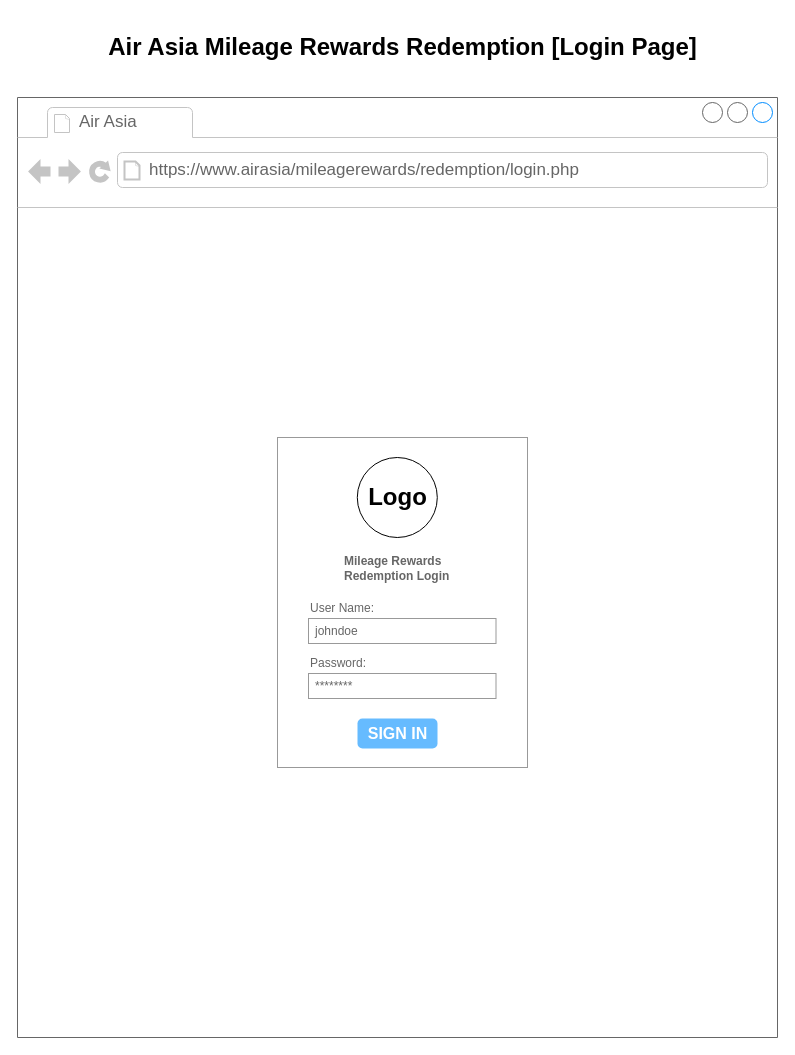
Before: LoginPage.drawio in Stucki-Kyle/IS6465, a draw.io diagram. Source tidied: cells renumbered, new cells numbered last; positions are measured from the earlier drawing's top-left corner, leaving out a move shared by most shapes. Both pictures are drawn from the tidied source at 100%, with x=0, y=0 at pixel (17, 17).
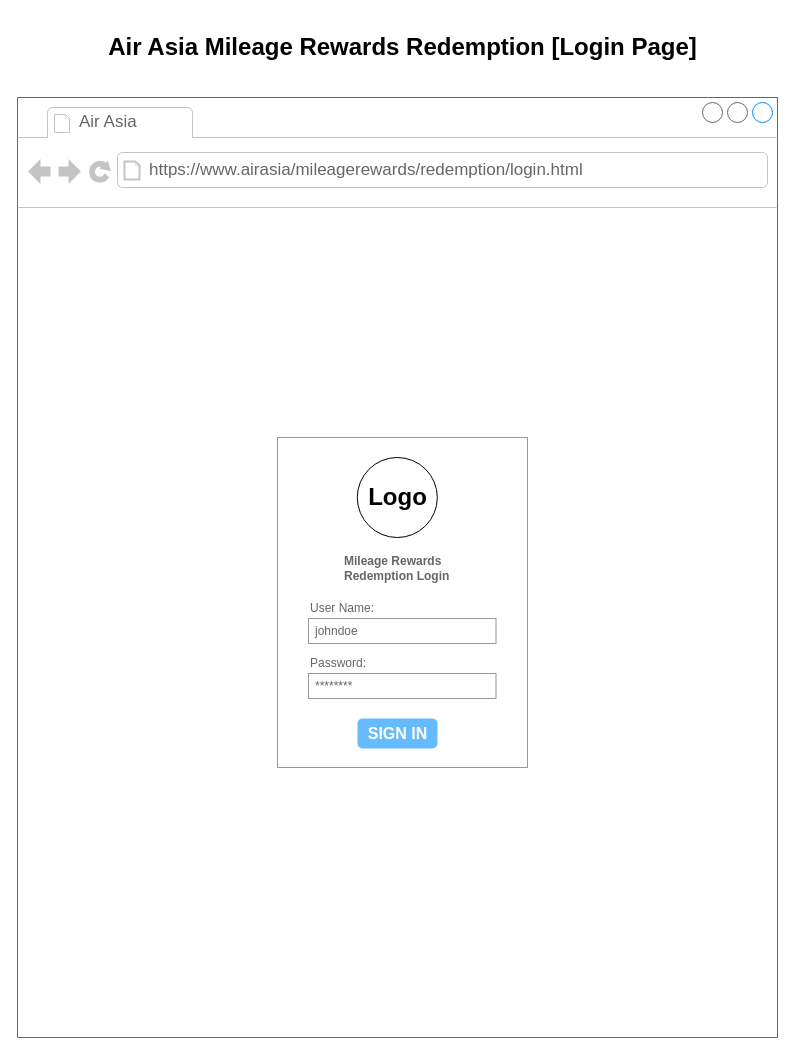
The same page after the edit.

The edit, as a diff of the source:
```diff
@@
 <mxGraphModel>
   <root>
     <mxCell id="0" />
     <mxCell id="1" parent="0" />
     <mxCell id="2" style="strokeWidth=1;shadow=0;dashed=0;align=center;html=1;shape=mxgraph.mockup.containers.browserWindow;rSize=0;strokeColor=#666666;strokeColor2=#008cff;strokeColor3=#c4c4c4;mainText=,;" parent="1" vertex="1">
       <mxGeometry y="80" width="760" height="940" as="geometry" />
     </mxCell>
     <mxCell id="3" value="Air Asia" style="strokeWidth=1;shadow=0;dashed=0;align=center;html=1;shape=mxgraph.mockup.containers.anchor;fontSize=17;fontColor=#666666;align=left;whiteSpace=wrap;" parent="2" vertex="1">
       <mxGeometry x="60" y="12" width="110" height="26" as="geometry" />
     </mxCell>
-    <mxCell id="4" value="https://www.airasia/mileagerewards/redemption/login.php" style="strokeWidth=1;shadow=0;dashed=0;align=center;html=1;shape=mxgraph.mockup.containers.anchor;rSize=0;fontSize=17;fontColor=#666666;align=left;" parent="2" vertex="1">
+    <mxCell id="4" value="https://www.airasia/mileagerewards/redemption/login.html" style="strokeWidth=1;shadow=0;dashed=0;align=center;html=1;shape=mxgraph.mockup.containers.anchor;rSize=0;fontSize=17;fontColor=#666666;align=left;" parent="2" vertex="1">
       <mxGeometry x="130" y="60" width="250" height="26" as="geometry" />
     </mxCell>
     <mxCell id="5" style="strokeWidth=1;shadow=0;dashed=0;align=center;html=1;shape=mxgraph.mockup.forms.rrect;rSize=0;strokeColor=#999999;fillColor=#ffffff;" parent="2" vertex="1">
       <mxGeometry x="260" y="340" width="250" height="330" as="geometry" />
     </mxCell>
     <mxCell id="6" value="&lt;b&gt;Mileage Rewards&lt;/b&gt;&lt;div&gt;&lt;b&gt;Redemption Login&lt;/b&gt;&lt;/div&gt;" style="strokeWidth=1;shadow=0;dashed=0;align=center;html=1;shape=mxgraph.mockup.forms.anchor;fontSize=12;fontColor=#666666;align=left;spacingLeft=0;" parent="5" vertex="1">
       <mxGeometry width="162.5" height="40" relative="1" as="geometry">
         <mxPoint x="65" y="111" as="offset" />
       </mxGeometry>
     </mxCell>
     <mxCell id="7" value="User Name:" style="strokeWidth=1;shadow=0;dashed=0;align=center;html=1;shape=mxgraph.mockup.forms.anchor;fontSize=12;fontColor=#666666;align=left;spacingLeft=0;" parent="5" vertex="1">
       <mxGeometry width="125" height="20" relative="1" as="geometry">
         <mxPoint x="31" y="161" as="offset" />
       </mxGeometry>
     </mxCell>
     <mxCell id="8" value="johndoe" style="strokeWidth=1;shadow=0;dashed=0;align=center;html=1;shape=mxgraph.mockup.forms.rrect;rSize=0;strokeColor=#999999;fontColor=#666666;align=left;spacingLeft=5;" parent="5" vertex="1">
       <mxGeometry width="187.5" height="25" relative="1" as="geometry">
         <mxPoint x="31" y="181" as="offset" />
       </mxGeometry>
     </mxCell>
     <mxCell id="9" value="Password:" style="strokeWidth=1;shadow=0;dashed=0;align=center;html=1;shape=mxgraph.mockup.forms.anchor;fontSize=12;fontColor=#666666;align=left;spacingLeft=0;" parent="5" vertex="1">
       <mxGeometry width="125" height="20" relative="1" as="geometry">
         <mxPoint x="31" y="216" as="offset" />
       </mxGeometry>
     </mxCell>
     <mxCell id="10" value="********" style="strokeWidth=1;shadow=0;dashed=0;align=center;html=1;shape=mxgraph.mockup.forms.rrect;rSize=0;strokeColor=#999999;fontColor=#666666;align=left;spacingLeft=5;" parent="5" vertex="1">
       <mxGeometry width="187.5" height="25" relative="1" as="geometry">
         <mxPoint x="31" y="236" as="offset" />
       </mxGeometry>
     </mxCell>
     <mxCell id="11" value="SIGN IN" style="strokeWidth=1;shadow=0;dashed=0;align=center;html=1;shape=mxgraph.mockup.forms.rrect;rSize=5;strokeColor=none;fontColor=#ffffff;fillColor=#66bbff;fontSize=16;fontStyle=1;" parent="5" vertex="1">
       <mxGeometry y="1" width="80" height="30" relative="1" as="geometry">
         <mxPoint x="80" y="-49" as="offset" />
       </mxGeometry>
     </mxCell>
     <mxCell id="12" style="ellipse;whiteSpace=wrap;html=1;" parent="5" vertex="1">
       <mxGeometry x="79.8" y="20" width="80" height="80" as="geometry" />
     </mxCell>
     <mxCell id="13" value="Logo" style="text;strokeColor=none;fillColor=none;html=1;fontSize=24;fontStyle=1;verticalAlign=middle;align=center;" parent="5" vertex="1">
       <mxGeometry x="57.2" y="40" width="125" height="40" as="geometry" />
     </mxCell>
     <mxCell id="14" value="Air Asia Mileage Rewards Redemption [Login Page]" style="text;strokeColor=none;fillColor=none;html=1;fontSize=24;fontStyle=1;verticalAlign=middle;align=center;" parent="1" vertex="1">
       <mxGeometry x="335" width="100" height="60" as="geometry" />
     </mxCell>
   </root>
 </mxGraphModel>
```
